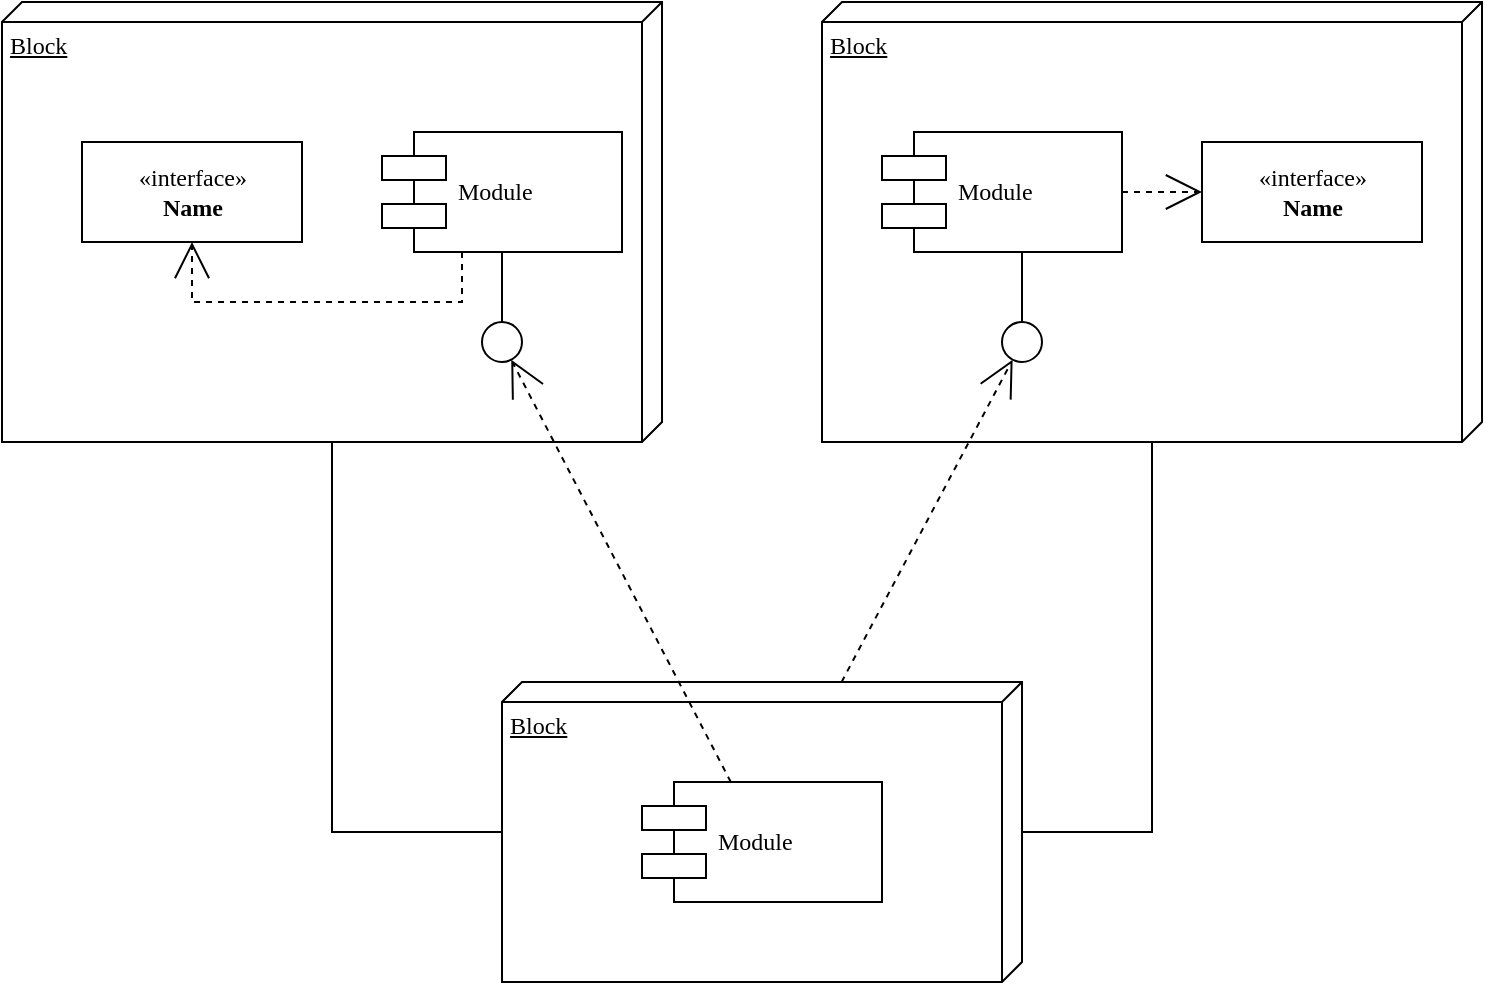
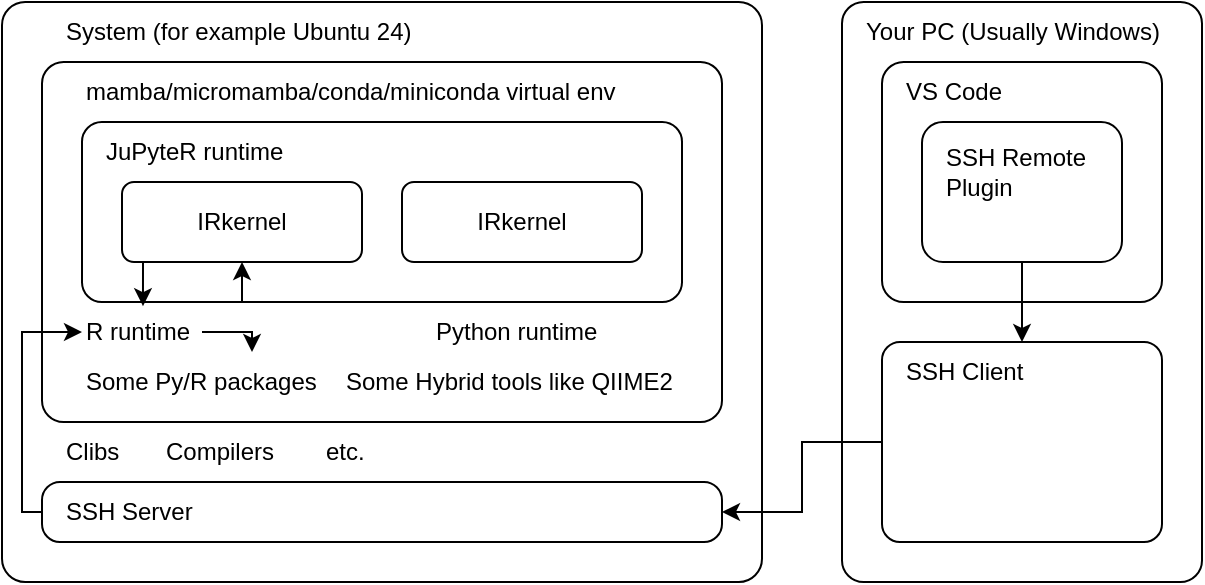
<mxfile host="app.diagrams.net" agent="5.0 (Windows NT 10.0; Win64; x64) AppleWebKit/537.36 (KHTML, like Gecko) Chrome/90.0.4430.212 Safari/537.36">
  <diagram name="Page-1" id="5f0bae14-7c28-e335-631c-24af17079c00">
-     <mxGraphModel dx="1408" dy="748" grid="1" gridSize="10" guides="1" tooltips="1" connect="1" arrows="1" fold="1" page="1" pageScale="1" pageWidth="1100" pageHeight="850" background="none" math="0" shadow="0">
+     <mxGraphModel dx="802" dy="561" grid="1" gridSize="10" guides="1" tooltips="1" connect="1" arrows="1" fold="1" page="1" pageScale="1" pageWidth="1100" pageHeight="850" background="none" math="0" shadow="0">
      <root>
        <mxCell id="0" />
        <mxCell id="1" parent="0" />
-         <mxCell id="39150e848f15840c-1" value="Block" style="verticalAlign=top;align=left;spacingTop=8;spacingLeft=2;spacingRight=12;shape=cube;size=10;direction=south;fontStyle=4;html=1;rounded=0;shadow=0;comic=0;labelBackgroundColor=none;strokeWidth=1;fontFamily=Verdana;fontSize=12" parent="1" vertex="1">
-           <mxGeometry x="120" y="70" width="330" height="220" as="geometry" />
+         <mxCell id="j4W5x3F-k-piF_Zg3eMT-1" parent="1" style="rounded=1;whiteSpace=wrap;html=1;arcSize=4;" value="" vertex="1">
+           <mxGeometry height="290" width="380" x="90" y="150" as="geometry" />
        </mxCell>
-         <mxCell id="39150e848f15840c-2" value="Block" style="verticalAlign=top;align=left;spacingTop=8;spacingLeft=2;spacingRight=12;shape=cube;size=10;direction=south;fontStyle=4;html=1;rounded=0;shadow=0;comic=0;labelBackgroundColor=none;strokeWidth=1;fontFamily=Verdana;fontSize=12" parent="1" vertex="1">
-           <mxGeometry x="530" y="70" width="330" height="220" as="geometry" />
+         <mxCell id="j4W5x3F-k-piF_Zg3eMT-2" parent="1" style="rounded=1;whiteSpace=wrap;html=1;arcSize=6;" value="" vertex="1">
+           <mxGeometry height="180" width="340" x="110" y="180" as="geometry" />
        </mxCell>
-         <mxCell id="39150e848f15840c-3" value="Block" style="verticalAlign=top;align=left;spacingTop=8;spacingLeft=2;spacingRight=12;shape=cube;size=10;direction=south;fontStyle=4;html=1;rounded=0;shadow=0;comic=0;labelBackgroundColor=none;strokeWidth=1;fontFamily=Verdana;fontSize=12" parent="1" vertex="1">
-           <mxGeometry x="370" y="410" width="260" height="150" as="geometry" />
+         <mxCell id="j4W5x3F-k-piF_Zg3eMT-3" parent="1" style="text;html=1;whiteSpace=wrap;strokeColor=none;fillColor=none;align=left;verticalAlign=middle;rounded=0;" value="System (for example Ubuntu 24)" vertex="1">
+           <mxGeometry height="30" width="180" x="120" y="150" as="geometry" />
        </mxCell>
-         <mxCell id="39150e848f15840c-4" value="&amp;laquo;interface&amp;raquo;&lt;br&gt;&lt;b&gt;Name&lt;/b&gt;" style="html=1;rounded=0;shadow=0;comic=0;labelBackgroundColor=none;strokeWidth=1;fontFamily=Verdana;fontSize=12;align=center;" parent="1" vertex="1">
-           <mxGeometry x="160" y="140" width="110" height="50" as="geometry" />
+         <mxCell id="j4W5x3F-k-piF_Zg3eMT-4" parent="1" style="text;html=1;whiteSpace=wrap;strokeColor=none;fillColor=none;align=left;verticalAlign=middle;rounded=0;" value="Clibs" vertex="1">
+           <mxGeometry height="30" width="60" x="120" y="360" as="geometry" />
        </mxCell>
-         <mxCell id="39150e848f15840c-5" value="Module" style="shape=component;align=left;spacingLeft=36;rounded=0;shadow=0;comic=0;labelBackgroundColor=none;strokeWidth=1;fontFamily=Verdana;fontSize=12;html=1;" parent="1" vertex="1">
-           <mxGeometry x="310" y="135" width="120" height="60" as="geometry" />
+         <mxCell id="j4W5x3F-k-piF_Zg3eMT-5" parent="1" style="text;html=1;whiteSpace=wrap;strokeColor=none;fillColor=none;align=left;verticalAlign=middle;rounded=0;" value="&lt;div&gt;Compilers&lt;/div&gt;" vertex="1">
+           <mxGeometry height="30" width="60" x="170" y="360" as="geometry" />
        </mxCell>
-         <mxCell id="39150e848f15840c-6" value="" style="ellipse;whiteSpace=wrap;html=1;rounded=0;shadow=0;comic=0;labelBackgroundColor=none;strokeWidth=1;fontFamily=Verdana;fontSize=12;align=center;" parent="1" vertex="1">
-           <mxGeometry x="360" y="230" width="20" height="20" as="geometry" />
+         <mxCell id="j4W5x3F-k-piF_Zg3eMT-6" parent="1" style="text;html=1;whiteSpace=wrap;strokeColor=none;fillColor=none;align=left;verticalAlign=middle;rounded=0;" value="&lt;div&gt;etc.&lt;/div&gt;" vertex="1">
+           <mxGeometry height="30" width="60" x="250" y="360" as="geometry" />
        </mxCell>
-         <mxCell id="39150e848f15840c-7" value="Module" style="shape=component;align=left;spacingLeft=36;rounded=0;shadow=0;comic=0;labelBackgroundColor=none;strokeWidth=1;fontFamily=Verdana;fontSize=12;html=1;" parent="1" vertex="1">
-           <mxGeometry x="560" y="135" width="120" height="60" as="geometry" />
+         <mxCell id="j4W5x3F-k-piF_Zg3eMT-7" parent="1" style="text;html=1;whiteSpace=wrap;strokeColor=none;fillColor=none;align=left;verticalAlign=middle;rounded=0;" value="mamba/micromamba/conda/miniconda virtual env" vertex="1">
+           <mxGeometry height="30" width="270" x="130" y="180" as="geometry" />
        </mxCell>
-         <mxCell id="39150e848f15840c-8" value="&amp;laquo;interface&amp;raquo;&lt;br&gt;&lt;b&gt;Name&lt;/b&gt;" style="html=1;rounded=0;shadow=0;comic=0;labelBackgroundColor=none;strokeWidth=1;fontFamily=Verdana;fontSize=12;align=center;" parent="1" vertex="1">
-           <mxGeometry x="720" y="140" width="110" height="50" as="geometry" />
+         <mxCell id="j4W5x3F-k-piF_Zg3eMT-8" parent="1" style="rounded=1;whiteSpace=wrap;html=1;arcSize=11;" value="" vertex="1">
+           <mxGeometry height="90" width="300" x="130" y="210" as="geometry" />
        </mxCell>
-         <mxCell id="39150e848f15840c-9" value="" style="ellipse;whiteSpace=wrap;html=1;rounded=0;shadow=0;comic=0;labelBackgroundColor=none;strokeWidth=1;fontFamily=Verdana;fontSize=12;align=center;" parent="1" vertex="1">
-           <mxGeometry x="620" y="230" width="20" height="20" as="geometry" />
+         <mxCell id="j4W5x3F-k-piF_Zg3eMT-9" parent="1" style="text;html=1;whiteSpace=wrap;strokeColor=none;fillColor=none;align=left;verticalAlign=middle;rounded=0;" value="&lt;div align=&quot;left&quot;&gt;Python&amp;nbsp;runtime&lt;/div&gt;" vertex="1">
+           <mxGeometry height="30" width="90" x="305" y="300" as="geometry" />
        </mxCell>
-         <mxCell id="39150e848f15840c-10" value="Module" style="shape=component;align=left;spacingLeft=36;rounded=0;shadow=0;comic=0;labelBackgroundColor=none;strokeWidth=1;fontFamily=Verdana;fontSize=12;html=1;" parent="1" vertex="1">
-           <mxGeometry x="440" y="460" width="120" height="60" as="geometry" />
+         <mxCell id="j4W5x3F-k-piF_Zg3eMT-10" parent="1" style="text;html=1;whiteSpace=wrap;strokeColor=none;fillColor=none;align=left;verticalAlign=middle;rounded=0;" value="Some Hybrid tools like QIIME2" vertex="1">
+           <mxGeometry height="20" width="190" x="260" y="330" as="geometry" />
        </mxCell>
-         <mxCell id="39150e848f15840c-11" style="edgeStyle=none;rounded=0;html=1;dashed=1;labelBackgroundColor=none;startArrow=none;startFill=0;startSize=8;endArrow=open;endFill=0;endSize=16;fontFamily=Verdana;fontSize=12;" parent="1" source="39150e848f15840c-10" target="39150e848f15840c-6" edge="1">
+         <mxCell id="j4W5x3F-k-piF_Zg3eMT-36" edge="1" parent="1" source="j4W5x3F-k-piF_Zg3eMT-11" style="edgeStyle=orthogonalEdgeStyle;rounded=0;orthogonalLoop=1;jettySize=auto;html=1;exitX=1;exitY=0.5;exitDx=0;exitDy=0;entryX=0.5;entryY=0;entryDx=0;entryDy=0;" target="j4W5x3F-k-piF_Zg3eMT-12">
          <mxGeometry relative="1" as="geometry" />
        </mxCell>
-         <mxCell id="39150e848f15840c-12" style="edgeStyle=none;rounded=0;html=1;dashed=1;labelBackgroundColor=none;startArrow=none;startFill=0;startSize=8;endArrow=open;endFill=0;endSize=16;fontFamily=Verdana;fontSize=12;" parent="1" source="39150e848f15840c-3" target="39150e848f15840c-9" edge="1">
+         <mxCell id="j4W5x3F-k-piF_Zg3eMT-11" parent="1" style="text;html=1;whiteSpace=wrap;strokeColor=none;fillColor=none;align=left;verticalAlign=middle;rounded=0;" value="R runtime" vertex="1">
+           <mxGeometry height="30" width="60" x="130" y="300" as="geometry" />
+         </mxCell>
+         <mxCell id="j4W5x3F-k-piF_Zg3eMT-12" parent="1" style="text;html=1;whiteSpace=wrap;strokeColor=none;fillColor=none;align=left;verticalAlign=middle;rounded=0;" value="&lt;div&gt;Some Py/R packages&lt;/div&gt;" vertex="1">
+           <mxGeometry height="30" width="170" x="130" y="325" as="geometry" />
+         </mxCell>
+         <mxCell id="j4W5x3F-k-piF_Zg3eMT-13" parent="1" style="text;html=1;whiteSpace=wrap;strokeColor=none;fillColor=none;align=left;verticalAlign=middle;rounded=0;" value="&lt;div&gt;JuPyteR runtime&lt;/div&gt;" vertex="1">
+           <mxGeometry height="30" width="180" x="140" y="210" as="geometry" />
+         </mxCell>
+         <mxCell id="j4W5x3F-k-piF_Zg3eMT-14" parent="1" style="rounded=1;whiteSpace=wrap;html=1;" value="IRkernel" vertex="1">
+           <mxGeometry height="40" width="120" x="150" y="240" as="geometry" />
+         </mxCell>
+         <mxCell id="j4W5x3F-k-piF_Zg3eMT-15" parent="1" style="rounded=1;whiteSpace=wrap;html=1;arcSize=6;" value="" vertex="1">
+           <mxGeometry height="290" width="180" x="510" y="150" as="geometry" />
+         </mxCell>
+         <mxCell id="j4W5x3F-k-piF_Zg3eMT-16" parent="1" style="text;html=1;whiteSpace=wrap;strokeColor=none;fillColor=none;align=left;verticalAlign=middle;rounded=0;" value="Your PC (Usually Windows)" vertex="1">
+           <mxGeometry height="30" width="150" x="520" y="150" as="geometry" />
+         </mxCell>
+         <mxCell id="j4W5x3F-k-piF_Zg3eMT-17" parent="1" style="rounded=1;whiteSpace=wrap;html=1;arcSize=9;" value="" vertex="1">
+           <mxGeometry height="120" width="140" x="530" y="180" as="geometry" />
+         </mxCell>
+         <mxCell id="j4W5x3F-k-piF_Zg3eMT-18" parent="1" style="text;html=1;whiteSpace=wrap;strokeColor=none;fillColor=none;align=left;verticalAlign=middle;rounded=0;" value="VS Code" vertex="1">
+           <mxGeometry height="30" width="100" x="540" y="180" as="geometry" />
+         </mxCell>
+         <mxCell id="j4W5x3F-k-piF_Zg3eMT-24" edge="1" parent="1" source="j4W5x3F-k-piF_Zg3eMT-19" style="edgeStyle=orthogonalEdgeStyle;rounded=0;orthogonalLoop=1;jettySize=auto;html=1;exitX=0;exitY=0.5;exitDx=0;exitDy=0;entryX=1;entryY=0.5;entryDx=0;entryDy=0;" target="j4W5x3F-k-piF_Zg3eMT-21">
          <mxGeometry relative="1" as="geometry" />
        </mxCell>
-         <mxCell id="39150e848f15840c-13" style="edgeStyle=elbowEdgeStyle;rounded=0;html=1;labelBackgroundColor=none;startArrow=none;startFill=0;startSize=8;endArrow=none;endFill=0;endSize=16;fontFamily=Verdana;fontSize=12;" parent="1" source="39150e848f15840c-9" target="39150e848f15840c-7" edge="1">
-           <mxGeometry relative="1" as="geometry" />
+         <mxCell id="j4W5x3F-k-piF_Zg3eMT-19" parent="1" style="rounded=1;whiteSpace=wrap;html=1;arcSize=9;" value="" vertex="1">
+           <mxGeometry height="100" width="140" x="530" y="320" as="geometry" />
        </mxCell>
-         <mxCell id="39150e848f15840c-14" style="edgeStyle=elbowEdgeStyle;rounded=0;html=1;labelBackgroundColor=none;startArrow=none;startFill=0;startSize=8;endArrow=none;endFill=0;endSize=16;fontFamily=Verdana;fontSize=12;" parent="1" source="39150e848f15840c-6" target="39150e848f15840c-5" edge="1">
-           <mxGeometry relative="1" as="geometry" />
+         <mxCell id="j4W5x3F-k-piF_Zg3eMT-20" parent="1" style="text;html=1;whiteSpace=wrap;strokeColor=none;fillColor=none;align=left;verticalAlign=middle;rounded=0;" value="SSH Client" vertex="1">
+           <mxGeometry height="30" width="100" x="540" y="320" as="geometry" />
        </mxCell>
-         <mxCell id="39150e848f15840c-15" style="edgeStyle=orthogonalEdgeStyle;rounded=0;html=1;labelBackgroundColor=none;startArrow=none;startFill=0;startSize=8;endArrow=open;endFill=0;endSize=16;fontFamily=Verdana;fontSize=12;dashed=1;" parent="1" source="39150e848f15840c-5" target="39150e848f15840c-4" edge="1">
+         <mxCell id="j4W5x3F-k-piF_Zg3eMT-35" edge="1" parent="1" source="j4W5x3F-k-piF_Zg3eMT-21" style="edgeStyle=orthogonalEdgeStyle;rounded=0;orthogonalLoop=1;jettySize=auto;html=1;exitX=0;exitY=0.5;exitDx=0;exitDy=0;entryX=0;entryY=0.5;entryDx=0;entryDy=0;" target="j4W5x3F-k-piF_Zg3eMT-11">
          <mxGeometry relative="1" as="geometry">
            <Array as="points">
-               <mxPoint x="350" y="220" />
-               <mxPoint x="215" y="220" />
+               <mxPoint x="100" y="405" />
+               <mxPoint x="100" y="315" />
            </Array>
          </mxGeometry>
        </mxCell>
-         <mxCell id="39150e848f15840c-16" style="edgeStyle=orthogonalEdgeStyle;rounded=0;html=1;dashed=1;labelBackgroundColor=none;startArrow=none;startFill=0;startSize=8;endArrow=open;endFill=0;endSize=16;fontFamily=Verdana;fontSize=12;" parent="1" source="39150e848f15840c-7" target="39150e848f15840c-8" edge="1">
+         <mxCell id="j4W5x3F-k-piF_Zg3eMT-21" parent="1" style="rounded=1;whiteSpace=wrap;html=1;arcSize=30;" value="" vertex="1">
+           <mxGeometry height="30" width="340" x="110" y="390" as="geometry" />
+         </mxCell>
+         <mxCell id="j4W5x3F-k-piF_Zg3eMT-23" parent="1" style="text;html=1;whiteSpace=wrap;strokeColor=none;fillColor=none;align=left;verticalAlign=middle;rounded=0;" value="&lt;div&gt;SSH Server&lt;/div&gt;" vertex="1">
+           <mxGeometry height="30" width="110" x="120" y="390" as="geometry" />
+         </mxCell>
+         <mxCell id="j4W5x3F-k-piF_Zg3eMT-28" edge="1" parent="1" source="j4W5x3F-k-piF_Zg3eMT-25" style="edgeStyle=orthogonalEdgeStyle;rounded=0;orthogonalLoop=1;jettySize=auto;html=1;exitX=0.5;exitY=1;exitDx=0;exitDy=0;entryX=0.5;entryY=0;entryDx=0;entryDy=0;" target="j4W5x3F-k-piF_Zg3eMT-19">
          <mxGeometry relative="1" as="geometry" />
        </mxCell>
-         <mxCell id="39150e848f15840c-17" style="edgeStyle=orthogonalEdgeStyle;rounded=0;html=1;labelBackgroundColor=none;startArrow=none;startFill=0;startSize=8;endArrow=none;endFill=0;endSize=16;fontFamily=Verdana;fontSize=12;" parent="1" source="39150e848f15840c-3" target="39150e848f15840c-2" edge="1">
+         <mxCell id="j4W5x3F-k-piF_Zg3eMT-25" parent="1" style="rounded=1;whiteSpace=wrap;html=1;" value="" vertex="1">
+           <mxGeometry height="70" width="100" x="550" y="210" as="geometry" />
+         </mxCell>
+         <mxCell id="j4W5x3F-k-piF_Zg3eMT-26" parent="1" style="text;html=1;whiteSpace=wrap;strokeColor=none;fillColor=none;align=left;verticalAlign=middle;rounded=0;" value="SSH Remote Plugin" vertex="1">
+           <mxGeometry height="30" width="80" x="560" y="220" as="geometry" />
+         </mxCell>
+         <mxCell id="j4W5x3F-k-piF_Zg3eMT-27" edge="1" parent="1" source="j4W5x3F-k-piF_Zg3eMT-25" style="edgeStyle=orthogonalEdgeStyle;rounded=0;orthogonalLoop=1;jettySize=auto;html=1;exitX=0.5;exitY=1;exitDx=0;exitDy=0;" target="j4W5x3F-k-piF_Zg3eMT-25">
+           <mxGeometry relative="1" as="geometry" />
+         </mxCell>
+         <mxCell id="j4W5x3F-k-piF_Zg3eMT-31" edge="1" parent="1" source="j4W5x3F-k-piF_Zg3eMT-11" style="edgeStyle=orthogonalEdgeStyle;rounded=0;orthogonalLoop=1;jettySize=auto;html=1;exitX=0.75;exitY=0;exitDx=0;exitDy=0;entryX=0.5;entryY=1;entryDx=0;entryDy=0;" target="j4W5x3F-k-piF_Zg3eMT-14">
          <mxGeometry relative="1" as="geometry">
            <Array as="points">
-               <mxPoint x="695" y="485" />
+               <mxPoint x="210" y="300" />
            </Array>
          </mxGeometry>
        </mxCell>
-         <mxCell id="39150e848f15840c-18" style="edgeStyle=orthogonalEdgeStyle;rounded=0;html=1;labelBackgroundColor=none;startArrow=none;startFill=0;startSize=8;endArrow=none;endFill=0;endSize=16;fontFamily=Verdana;fontSize=12;" parent="1" source="39150e848f15840c-3" target="39150e848f15840c-1" edge="1">
-           <mxGeometry relative="1" as="geometry">
-             <Array as="points">
-               <mxPoint x="285" y="485" />
-             </Array>
-           </mxGeometry>
+         <mxCell id="j4W5x3F-k-piF_Zg3eMT-32" edge="1" parent="1" source="j4W5x3F-k-piF_Zg3eMT-14" style="edgeStyle=orthogonalEdgeStyle;rounded=0;orthogonalLoop=1;jettySize=auto;html=1;exitX=0.25;exitY=1;exitDx=0;exitDy=0;entryX=0.508;entryY=0.069;entryDx=0;entryDy=0;entryPerimeter=0;" target="j4W5x3F-k-piF_Zg3eMT-11">
+           <mxGeometry relative="1" as="geometry" />
+         </mxCell>
+         <mxCell id="j4W5x3F-k-piF_Zg3eMT-33" parent="1" style="rounded=1;whiteSpace=wrap;html=1;" value="IRkernel" vertex="1">
+           <mxGeometry height="40" width="120" x="290" y="240" as="geometry" />
        </mxCell>
      </root>
    </mxGraphModel>
  </diagram>
</mxfile>
